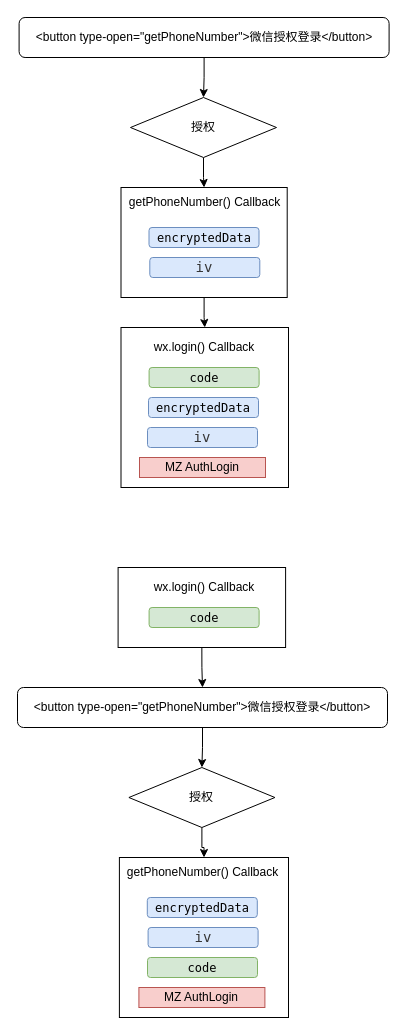
Before: job/Untitled Diagram.drawio in fengjiahao/drawio, a draw.io diagram. Source tidied: cells renumbered, new cells numbered last; positions are measured from the earlier drawing's top-left corner, leaving out a move shared by most shapes. Both pictures are drawn from the tidied source at 100%, with x=0, y=0 at pixel (17, 17).
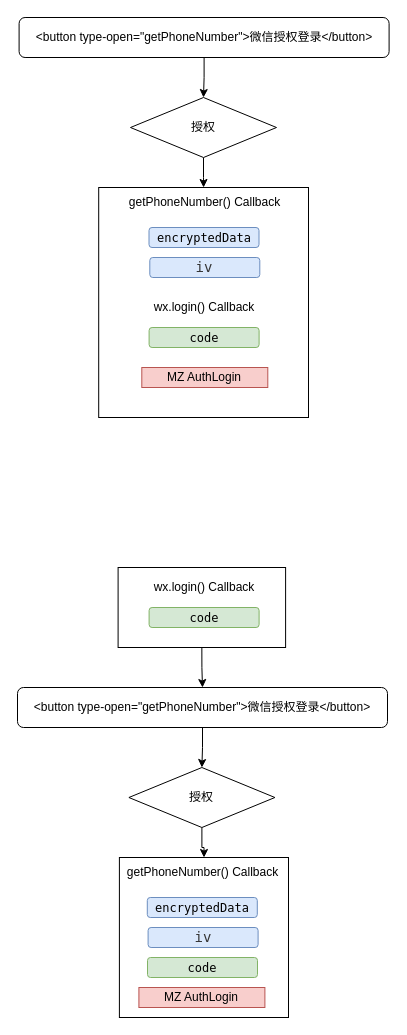
After the change.

Change to the diagram source:
```diff
@@
-    <mxCell id="6" style="edgeStyle=orthogonalEdgeStyle;rounded=0;jettySize=auto;html=1;" parent="1" edge="1" source="7" target="11">
-      <mxGeometry relative="1" as="geometry" />
-    </mxCell>
     <mxCell id="7" style="rounded=0;whiteSpace=wrap;html=1;" parent="1" vertex="1">
-      <mxGeometry x="103.5" y="170" width="166.2" height="110" as="geometry" />
+      <mxGeometry x="81.2" y="170" width="209.8" height="230" as="geometry" />
     </mxCell>
@@
-    <mxCell id="11" style="rounded=0;whiteSpace=wrap;html=1;" parent="1" vertex="1">
-      <mxGeometry x="103.5" y="310" width="167.5" height="160" as="geometry" />
-    </mxCell>
     <mxCell id="12" value="wx.login() Callback" style="text;html=1;strokeColor=none;fillColor=none;align=center;verticalAlign=middle;whiteSpace=wrap;rounded=0;" parent="1" vertex="1">
-      <mxGeometry x="124.3" y="320" width="126" height="20" as="geometry" />
+      <mxGeometry x="124.3" y="280" width="126" height="20" as="geometry" />
     </mxCell>
     <mxCell id="13" value="&lt;div style=&quot;font-family: &amp;#34;menlo&amp;#34; , &amp;#34;monaco&amp;#34; , &amp;#34;courier new&amp;#34; , monospace ; font-weight: normal ; font-size: 12px ; line-height: 18px&quot;&gt;&lt;div&gt;code&lt;/div&gt;&lt;/div&gt;" style="rounded=1;whiteSpace=wrap;html=1;fillColor=#d5e8d4;strokeColor=#82b366;" parent="1" vertex="1">
-      <mxGeometry x="131.6" y="350" width="110" height="20" as="geometry" />
+      <mxGeometry x="131.6" y="310" width="110" height="20" as="geometry" />
     </mxCell>
     <mxCell id="14" value="MZ AuthLogin" style="text;html=1;strokeColor=#b85450;fillColor=#f8cecc;align=center;verticalAlign=middle;whiteSpace=wrap;rounded=0;" parent="1" vertex="1">
-      <mxGeometry x="122" y="440" width="126" height="20" as="geometry" />
+      <mxGeometry x="124.3" y="350" width="126" height="20" as="geometry" />
     </mxCell>
-    <mxCell id="15" value="&lt;div style=&quot;font-family: &amp;#34;menlo&amp;#34; , &amp;#34;monaco&amp;#34; , &amp;#34;courier new&amp;#34; , monospace ; font-weight: normal ; font-size: 12px ; line-height: 18px&quot;&gt;&lt;div&gt;encryptedData&lt;/div&gt;&lt;/div&gt;" style="rounded=1;whiteSpace=wrap;html=1;fillColor=#dae8fc;strokeColor=#6c8ebf;" parent="1" vertex="1">
-      <mxGeometry x="131" y="380" width="110" height="20" as="geometry" />
-    </mxCell>
-    <mxCell id="16" value="&lt;div style=&quot;font-family: &amp;#34;menlo&amp;#34; , &amp;#34;monaco&amp;#34; , &amp;#34;courier new&amp;#34; , monospace ; font-weight: normal ; font-size: 12px ; line-height: 18px&quot;&gt;&lt;span style=&quot;color: rgb(53 , 53 , 53) ; font-family: , , &amp;#34;sf ui text&amp;#34; , &amp;#34;helvetica neue&amp;#34; , &amp;#34;pingfang sc&amp;#34; , &amp;#34;hiragino sans gb&amp;#34; , &amp;#34;microsoft yahei ui&amp;#34; , &amp;#34;microsoft yahei&amp;#34; , &amp;#34;arial&amp;#34; , sans-serif ; font-size: 14px ; text-align: left&quot;&gt;iv&lt;/span&gt;&lt;br&gt;&lt;/div&gt;" style="rounded=1;whiteSpace=wrap;html=1;fillColor=#dae8fc;strokeColor=#6c8ebf;" parent="1" vertex="1">
-      <mxGeometry x="130" y="410" width="110" height="20" as="geometry" />
-    </mxCell>
```
